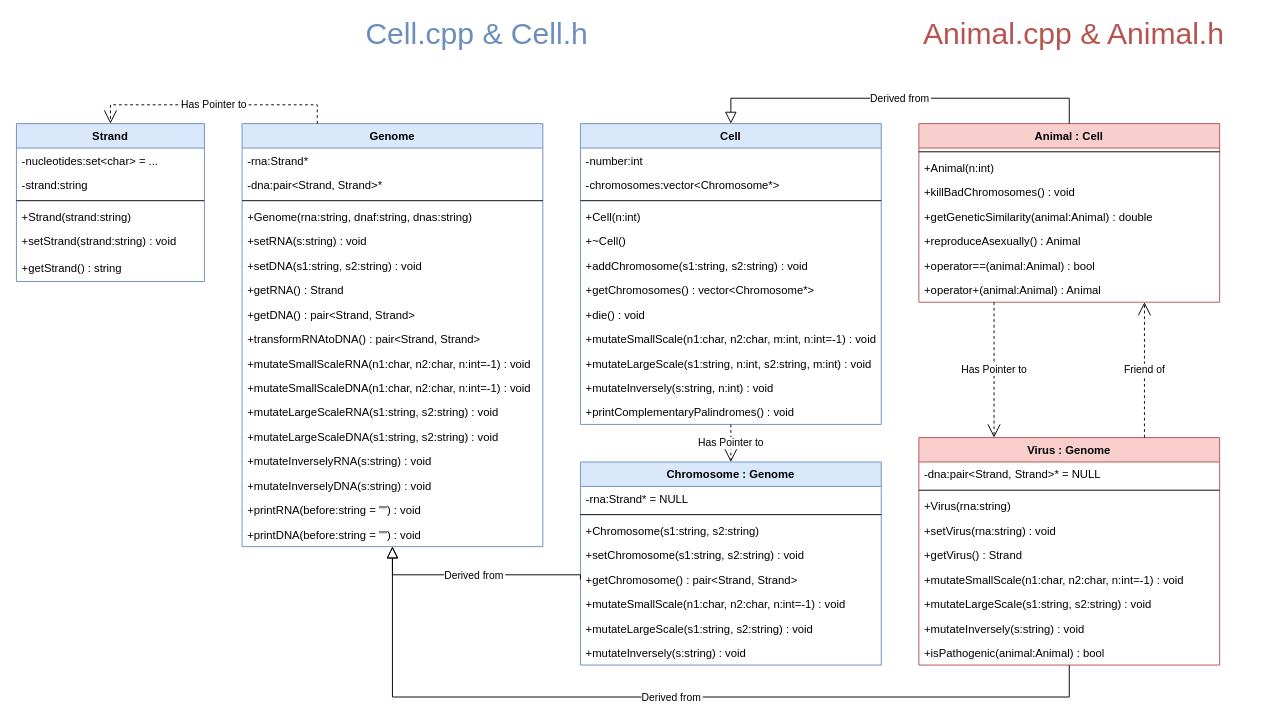
The draw.io diagram schema/classes.drawio in k-forghani/class-of-life, before the edit. Source tidied: cells renumbered, new cells numbered last; positions are measured from the earlier drawing's top-left corner, leaving out a move shared by most shapes. Both pictures are drawn from the tidied source at 94%, with x=0, y=0 at pixel (16, 20).
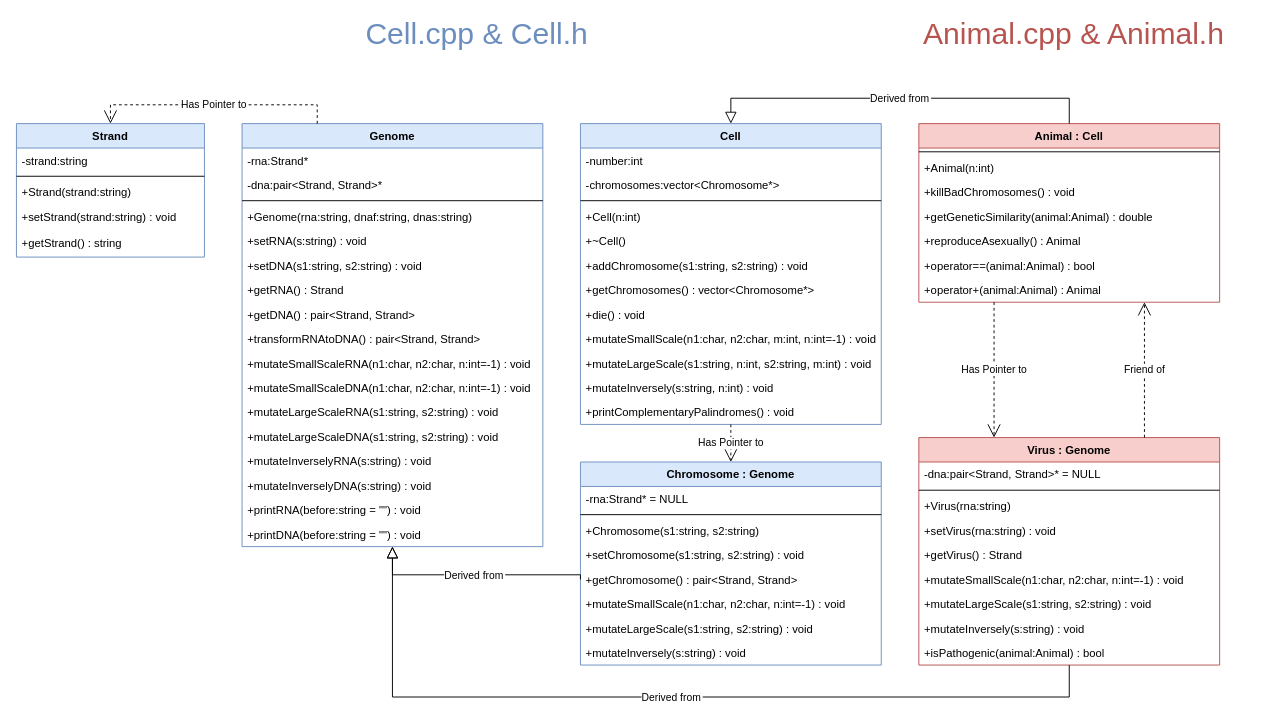
Above is the later version.

Commit message (it also covers changes not shown here):
Fixed classes schema

Diff of the diagram source:
```diff
@@
     <mxCell id="30" value="Strand" style="swimlane;fontStyle=1;align=center;verticalAlign=top;horizontal=1;startSize=26;rounded=0;shadow=0;strokeWidth=1;fillColor=#dae8fc;strokeColor=#6c8ebf;swimlaneFillColor=default;" parent="1" vertex="1">
-      <mxGeometry y="110" width="200" height="168" as="geometry" />
+      <mxGeometry y="110" width="200" height="142" as="geometry" />
     </mxCell>
-    <mxCell id="31" value="-nucleotides:set&lt;char&gt; = ..." style="text;align=left;verticalAlign=top;spacingLeft=4;spacingRight=4;overflow=hidden;" parent="30" vertex="1">
-      <mxGeometry y="26" width="200" height="26" as="geometry" />
-    </mxCell>
     <mxCell id="32" value="-strand:string" style="text;align=left;verticalAlign=top;spacingLeft=4;spacingRight=4;overflow=hidden;" parent="30" vertex="1">
-      <mxGeometry y="52" width="200" height="26" as="geometry" />
+      <mxGeometry y="26" width="200" height="26" as="geometry" />
     </mxCell>
     <mxCell id="33" style="line;html=1;strokeWidth=1;align=left;verticalAlign=middle;spacingTop=-1;spacingLeft=3;spacingRight=3;labelPosition=right;" parent="30" vertex="1">
-      <mxGeometry y="78" width="200" height="8" as="geometry" />
+      <mxGeometry y="52" width="200" height="8" as="geometry" />
     </mxCell>
     <mxCell id="34" value="+Strand(strand:string)" style="text;align=left;verticalAlign=top;spacingLeft=4;spacingRight=4;overflow=hidden;" parent="30" vertex="1">
-      <mxGeometry y="86" width="200" height="26" as="geometry" />
+      <mxGeometry y="60" width="200" height="26" as="geometry" />
     </mxCell>
     <mxCell id="35" value="+setStrand(strand:string) : void" style="text;align=left;verticalAlign=top;spacingLeft=4;spacingRight=4;overflow=hidden;" parent="30" vertex="1">
-      <mxGeometry y="112" width="200" height="28" as="geometry" />
+      <mxGeometry y="86" width="200" height="28" as="geometry" />
     </mxCell>
     <mxCell id="36" value="+getStrand() : string" style="text;align=left;verticalAlign=top;spacingLeft=4;spacingRight=4;overflow=hidden;" parent="30" vertex="1">
-      <mxGeometry y="140" width="200" height="28" as="geometry" />
+      <mxGeometry y="114" width="200" height="28" as="geometry" />
     </mxCell>
```
